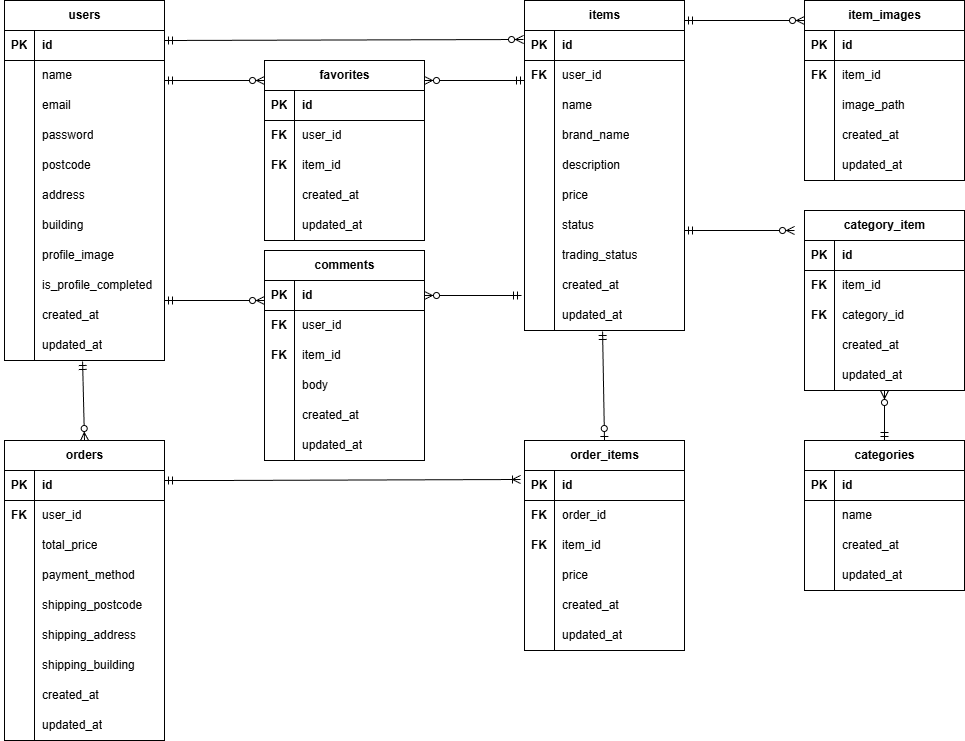
This is ER.drawio.png from saku-taro/sakuda-mogi-fleamarket, a draw.io export, as it was before one commit. Source tidied: cells renumbered, new cells last; positions are measured from the earlier drawing's top-left corner, leaving out a move shared by most shapes.
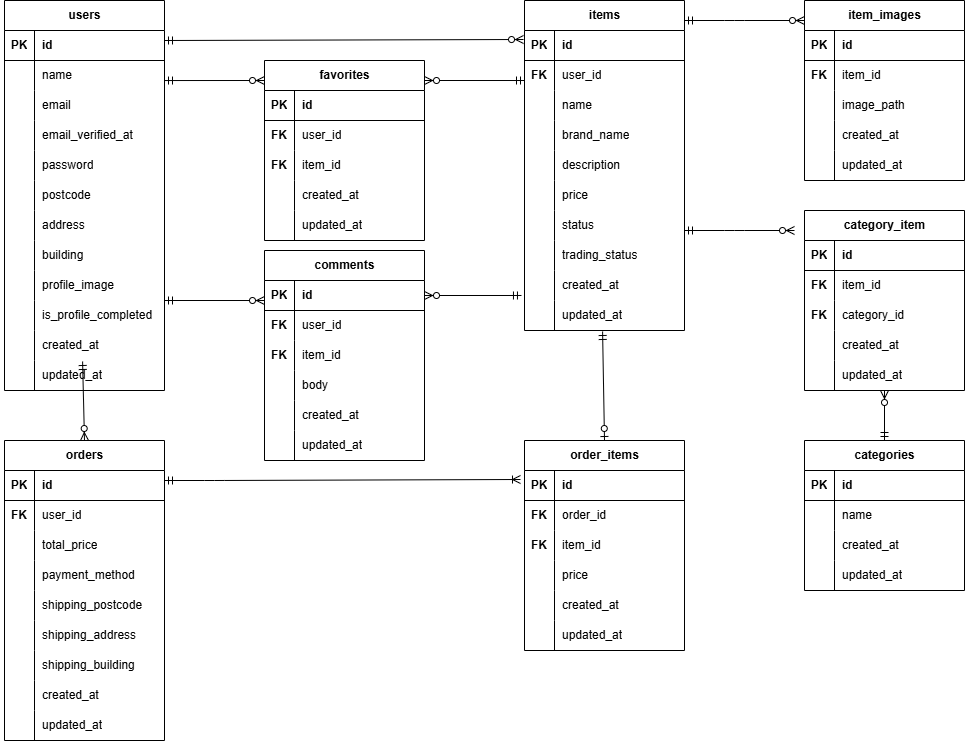
The same diagram one commit later.

What changed in the source:
```diff
@@ -3,7 +3,7 @@
     <mxCell id="0" />
     <mxCell id="1" parent="0" />
     <mxCell id="2" value="users" style="shape=table;startSize=30;rowLines=0;fontStyle=1;align=center;html=1;" parent="1" vertex="1">
-      <mxGeometry width="160" height="360" as="geometry" />
+      <mxGeometry width="160" height="390" as="geometry" />
     </mxCell>
     <mxCell id="3" style="shape=tableRow;horizontal=0;startSize=0;swimlaneHead=0;swimlaneBody=0;fillColor=none;top=0;left=0;right=0;bottom=1;" parent="2" vertex="1">
       <mxGeometry y="30" width="160" height="30" as="geometry" />
@@ -38,7 +38,7 @@
     <mxCell id="13" style="shape=partialRectangle;fillColor=none;top=0;left=0;bottom=0;right=0;overflow=hidden;whiteSpace=wrap;html=1;" parent="12" vertex="1">
       <mxGeometry width="30" height="30" as="geometry" />
     </mxCell>
-    <mxCell id="14" value="password" style="shape=partialRectangle;fillColor=none;top=0;left=0;bottom=0;right=0;align=left;spacingLeft=6;overflow=hidden;whiteSpace=wrap;html=1;" parent="12" vertex="1">
+    <mxCell id="14" value="email_verified_at" style="shape=partialRectangle;fillColor=none;top=0;left=0;bottom=0;right=0;align=left;spacingLeft=6;overflow=hidden;whiteSpace=wrap;html=1;" parent="12" vertex="1">
       <mxGeometry x="30" width="130" height="30" as="geometry" />
     </mxCell>
     <mxCell id="15" style="shape=tableRow;horizontal=0;startSize=0;swimlaneHead=0;swimlaneBody=0;fillColor=none;top=0;left=0;right=0;bottom=0;" parent="2" vertex="1">
@@ -47,7 +47,7 @@
     <mxCell id="16" style="shape=partialRectangle;fillColor=none;top=0;left=0;bottom=0;right=0;overflow=hidden;whiteSpace=wrap;html=1;" parent="15" vertex="1">
       <mxGeometry width="30" height="30" as="geometry" />
     </mxCell>
-    <mxCell id="17" value="postcode" style="shape=partialRectangle;fillColor=none;top=0;left=0;bottom=0;right=0;align=left;spacingLeft=6;overflow=hidden;whiteSpace=wrap;html=1;" parent="15" vertex="1">
+    <mxCell id="17" value="&lt;span style=&quot;color: rgb(0, 0, 0);&quot;&gt;password&lt;/span&gt;" style="shape=partialRectangle;fillColor=none;top=0;left=0;bottom=0;right=0;align=left;spacingLeft=6;overflow=hidden;whiteSpace=wrap;html=1;" parent="15" vertex="1">
       <mxGeometry x="30" width="130" height="30" as="geometry" />
     </mxCell>
     <mxCell id="18" style="shape=tableRow;horizontal=0;startSize=0;swimlaneHead=0;swimlaneBody=0;fillColor=none;top=0;left=0;right=0;bottom=0;" parent="2" vertex="1">
@@ -56,7 +56,7 @@
     <mxCell id="19" style="shape=partialRectangle;fillColor=none;top=0;left=0;bottom=0;right=0;overflow=hidden;whiteSpace=wrap;html=1;" parent="18" vertex="1">
       <mxGeometry width="30" height="30" as="geometry" />
     </mxCell>
-    <mxCell id="20" value="address" style="shape=partialRectangle;fillColor=none;top=0;left=0;bottom=0;right=0;align=left;spacingLeft=6;overflow=hidden;whiteSpace=wrap;html=1;" parent="18" vertex="1">
+    <mxCell id="20" value="&lt;span style=&quot;color: rgb(0, 0, 0);&quot;&gt;postcode&lt;/span&gt;" style="shape=partialRectangle;fillColor=none;top=0;left=0;bottom=0;right=0;align=left;spacingLeft=6;overflow=hidden;whiteSpace=wrap;html=1;" parent="18" vertex="1">
       <mxGeometry x="30" width="130" height="30" as="geometry" />
     </mxCell>
     <mxCell id="21" style="shape=tableRow;horizontal=0;startSize=0;swimlaneHead=0;swimlaneBody=0;fillColor=none;top=0;left=0;right=0;bottom=0;" parent="2" vertex="1">
@@ -65,7 +65,7 @@
     <mxCell id="22" style="shape=partialRectangle;fillColor=none;top=0;left=0;bottom=0;right=0;overflow=hidden;whiteSpace=wrap;html=1;" parent="21" vertex="1">
       <mxGeometry width="30" height="30" as="geometry" />
     </mxCell>
-    <mxCell id="23" value="building" style="shape=partialRectangle;fillColor=none;top=0;left=0;bottom=0;right=0;align=left;spacingLeft=6;overflow=hidden;whiteSpace=wrap;html=1;" parent="21" vertex="1">
+    <mxCell id="23" value="&lt;span style=&quot;color: rgb(0, 0, 0);&quot;&gt;address&lt;/span&gt;" style="shape=partialRectangle;fillColor=none;top=0;left=0;bottom=0;right=0;align=left;spacingLeft=6;overflow=hidden;whiteSpace=wrap;html=1;" parent="21" vertex="1">
       <mxGeometry x="30" width="130" height="30" as="geometry" />
     </mxCell>
     <mxCell id="24" style="shape=tableRow;horizontal=0;startSize=0;swimlaneHead=0;swimlaneBody=0;fillColor=none;top=0;left=0;right=0;bottom=0;" parent="2" vertex="1">
@@ -74,7 +74,7 @@
     <mxCell id="25" style="shape=partialRectangle;fillColor=none;top=0;left=0;bottom=0;right=0;overflow=hidden;whiteSpace=wrap;html=1;" parent="24" vertex="1">
       <mxGeometry width="30" height="30" as="geometry" />
     </mxCell>
-    <mxCell id="26" value="profile_image" style="shape=partialRectangle;fillColor=none;top=0;left=0;bottom=0;right=0;align=left;spacingLeft=6;overflow=hidden;whiteSpace=wrap;html=1;" parent="24" vertex="1">
+    <mxCell id="26" value="&lt;span style=&quot;color: rgb(0, 0, 0);&quot;&gt;building&lt;/span&gt;" style="shape=partialRectangle;fillColor=none;top=0;left=0;bottom=0;right=0;align=left;spacingLeft=6;overflow=hidden;whiteSpace=wrap;html=1;" parent="24" vertex="1">
       <mxGeometry x="30" width="130" height="30" as="geometry" />
     </mxCell>
     <mxCell id="27" style="shape=tableRow;horizontal=0;startSize=0;swimlaneHead=0;swimlaneBody=0;fillColor=none;top=0;left=0;right=0;bottom=0;" parent="2" vertex="1">
@@ -83,7 +83,7 @@
     <mxCell id="28" style="shape=partialRectangle;fillColor=none;top=0;left=0;bottom=0;right=0;overflow=hidden;whiteSpace=wrap;html=1;" parent="27" vertex="1">
       <mxGeometry width="30" height="30" as="geometry" />
     </mxCell>
-    <mxCell id="29" value="is_profile_completed" style="shape=partialRectangle;fillColor=none;top=0;left=0;bottom=0;right=0;align=left;spacingLeft=6;overflow=hidden;whiteSpace=wrap;html=1;" parent="27" vertex="1">
+    <mxCell id="29" value="&lt;span style=&quot;color: rgb(0, 0, 0);&quot;&gt;profile_image&lt;/span&gt;" style="shape=partialRectangle;fillColor=none;top=0;left=0;bottom=0;right=0;align=left;spacingLeft=6;overflow=hidden;whiteSpace=wrap;html=1;" parent="27" vertex="1">
       <mxGeometry x="30" width="130" height="30" as="geometry" />
     </mxCell>
     <mxCell id="30" style="shape=tableRow;horizontal=0;startSize=0;swimlaneHead=0;swimlaneBody=0;fillColor=none;top=0;left=0;right=0;bottom=0;" parent="2" vertex="1">
@@ -92,7 +92,7 @@
     <mxCell id="31" style="shape=partialRectangle;fillColor=none;top=0;left=0;bottom=0;right=0;overflow=hidden;whiteSpace=wrap;html=1;" parent="30" vertex="1">
       <mxGeometry width="30" height="30" as="geometry" />
     </mxCell>
-    <mxCell id="32" value="created_at" style="shape=partialRectangle;fillColor=none;top=0;left=0;bottom=0;right=0;align=left;spacingLeft=6;overflow=hidden;whiteSpace=wrap;html=1;" parent="30" vertex="1">
+    <mxCell id="32" value="&lt;span style=&quot;color: rgb(0, 0, 0);&quot;&gt;is_profile_completed&lt;/span&gt;" style="shape=partialRectangle;fillColor=none;top=0;left=0;bottom=0;right=0;align=left;spacingLeft=6;overflow=hidden;whiteSpace=wrap;html=1;" parent="30" vertex="1">
       <mxGeometry x="30" width="130" height="30" as="geometry" />
     </mxCell>
     <mxCell id="33" style="shape=tableRow;horizontal=0;startSize=0;swimlaneHead=0;swimlaneBody=0;fillColor=none;points=[[0,0.5],[1,0.5]];portConstraint=eastwest;top=0;left=0;right=0;bottom=0;" parent="2" vertex="1">
@@ -101,9 +101,18 @@
     <mxCell id="34" style="shape=partialRectangle;fillColor=none;top=0;left=0;bottom=0;right=0;overflow=hidden;whiteSpace=wrap;html=1;" parent="33" vertex="1">
       <mxGeometry width="30" height="30" as="geometry" />
     </mxCell>
-    <mxCell id="35" value="updated_at" style="shape=partialRectangle;fillColor=none;top=0;left=0;bottom=0;right=0;align=left;spacingLeft=6;overflow=hidden;whiteSpace=wrap;html=1;" parent="33" vertex="1">
+    <mxCell id="35" value="&lt;span style=&quot;color: rgb(0, 0, 0);&quot;&gt;created_at&lt;/span&gt;" style="shape=partialRectangle;fillColor=none;top=0;left=0;bottom=0;right=0;align=left;spacingLeft=6;overflow=hidden;whiteSpace=wrap;html=1;" parent="33" vertex="1">
       <mxGeometry x="30" width="130" height="30" as="geometry" />
     </mxCell>
+    <mxCell id="205" style="shape=tableRow;horizontal=0;startSize=0;swimlaneHead=0;swimlaneBody=0;fillColor=none;top=0;left=0;right=0;bottom=0;" parent="2" vertex="1">
+      <mxGeometry y="360" width="160" height="30" as="geometry" />
+    </mxCell>
+    <mxCell id="206" style="shape=partialRectangle;fillColor=none;top=0;left=0;bottom=0;right=0;overflow=hidden;whiteSpace=wrap;html=1;" parent="205" vertex="1">
+      <mxGeometry width="30" height="30" as="geometry" />
+    </mxCell>
+    <mxCell id="207" value="&lt;span style=&quot;color: rgb(0, 0, 0);&quot;&gt;updated_at&lt;/span&gt;" style="shape=partialRectangle;fillColor=none;top=0;left=0;bottom=0;right=0;align=left;spacingLeft=6;overflow=hidden;whiteSpace=wrap;html=1;" parent="205" vertex="1">
+      <mxGeometry x="30" width="130" height="30" as="geometry" />
+    </mxCell>
     <mxCell id="36" value="items" style="shape=table;startSize=30;rowLines=0;fontStyle=1;align=center;html=1;" parent="1" vertex="1">
       <mxGeometry x="520" width="160" height="330" as="geometry" />
     </mxCell>
```
